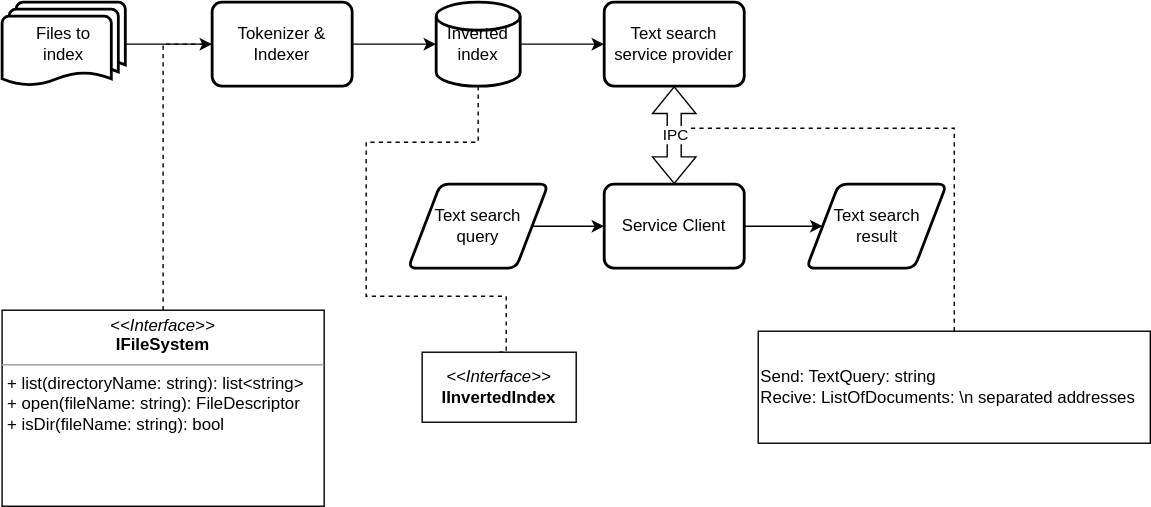
TehpphoENIX/KPI7_PC_CW keeps this draw.io diagram as model/main.svg. Above is the earlier version. Source tidied: cells renumbered, new cells last; positions are measured from the earlier drawing's top-left corner, leaving out a move shared by most shapes.
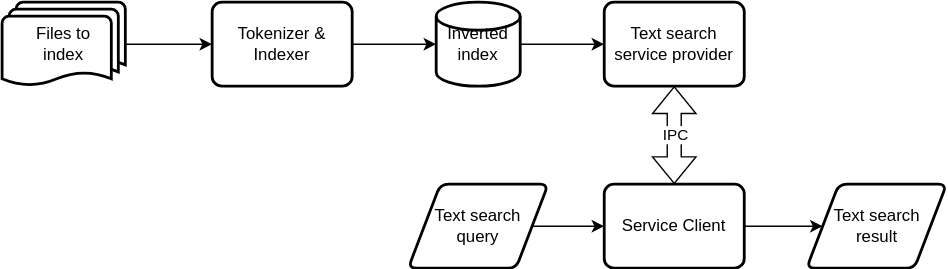
After the commit.

The edit, as a diff of the source:
```diff
@@ -44,36 +44,5 @@
     <mxCell id="15" value="Text search &lt;br&gt;result" style="shape=parallelogram;html=1;strokeWidth=2;perimeter=parallelogramPerimeter;whiteSpace=wrap;rounded=1;arcSize=12;size=0.23;" parent="1" vertex="1">
       <mxGeometry x="574.5" y="130" width="100" height="60" as="geometry" />
     </mxCell>
-    <mxCell id="16" style="endArrow=none;dashed=1;html=1;rounded=0;exitX=0.5;exitY=0;exitDx=0;exitDy=0;edgeStyle=orthogonalEdgeStyle;entryX=0;entryY=0.5;entryDx=0;entryDy=0;" parent="1" edge="1" source="17" target="5">
-      <mxGeometry relative="1" as="geometry" />
-    </mxCell>
-    <mxCell id="17" value="&lt;p style=&quot;margin:0px;margin-top:4px;text-align:center;&quot;&gt;&lt;i&gt;&amp;lt;&amp;lt;Interface&amp;gt;&amp;gt;&lt;/i&gt;&lt;br&gt;&lt;b&gt;IFileSystem&lt;/b&gt;&lt;/p&gt;&lt;hr size=&quot;1&quot;&gt;&lt;p style=&quot;margin:0px;margin-left:4px;&quot;&gt;&lt;span style=&quot;background-color: initial;&quot;&gt;+ list(directoryName: string): list&amp;lt;string&amp;gt;&lt;/span&gt;&lt;br&gt;&lt;/p&gt;&lt;p style=&quot;margin:0px;margin-left:4px;&quot;&gt;+ open(fileName: string): FileDescriptor&lt;/p&gt;&lt;p style=&quot;margin:0px;margin-left:4px;&quot;&gt;+ isDir(fileName: string): bool&lt;/p&gt;" style="verticalAlign=top;align=left;overflow=fill;fontSize=12;fontFamily=Helvetica;html=1;whiteSpace=wrap;" parent="1" vertex="1">
-      <mxGeometry y="220" width="230" height="140" as="geometry" />
-    </mxCell>
-    <mxCell id="18" style="endArrow=none;dashed=1;html=1;rounded=0;exitX=0.5;exitY=0;exitDx=0;exitDy=0;edgeStyle=orthogonalEdgeStyle;entryX=0.5;entryY=1;entryDx=0;entryDy=0;entryPerimeter=0;" parent="1" edge="1" source="21" target="7">
-      <mxGeometry relative="1" as="geometry">
-        <Array as="points">
-          <mxPoint x="360" y="250" />
-          <mxPoint x="360" y="210" />
-          <mxPoint x="260" y="210" />
-          <mxPoint x="260" y="100" />
-          <mxPoint x="340" y="100" />
-        </Array>
-      </mxGeometry>
-    </mxCell>
-    <mxCell id="19" value="Send: TextQuery: string&lt;br&gt;Recive: ListOfDocuments: \n separated addresses&amp;nbsp;" style="rounded=0;whiteSpace=wrap;html=1;align=left;" parent="1" vertex="1">
-      <mxGeometry x="540" y="235" width="280" height="80" as="geometry" />
-    </mxCell>
-    <mxCell id="20" style="endArrow=none;dashed=1;html=1;rounded=0;exitX=0.5;exitY=0;exitDx=0;exitDy=0;edgeStyle=orthogonalEdgeStyle;" parent="1" edge="1" source="19">
-      <mxGeometry relative="1" as="geometry">
-        <mxPoint x="490" y="90" as="targetPoint" />
-        <Array as="points">
-          <mxPoint x="680" y="90" />
-        </Array>
-      </mxGeometry>
-    </mxCell>
-    <mxCell id="21" value="&lt;i style=&quot;border-color: var(--border-color);&quot;&gt;&amp;lt;&amp;lt;Interface&amp;gt;&amp;gt;&lt;/i&gt;&lt;br style=&quot;border-color: var(--border-color);&quot;&gt;&lt;b style=&quot;border-color: var(--border-color);&quot;&gt;IInvertedIndex&lt;/b&gt;" style="html=1;whiteSpace=wrap;" parent="1" vertex="1">
-      <mxGeometry x="300" y="250" width="110" height="50" as="geometry" />
-    </mxCell>
   </root>
 </mxGraphModel>
```
